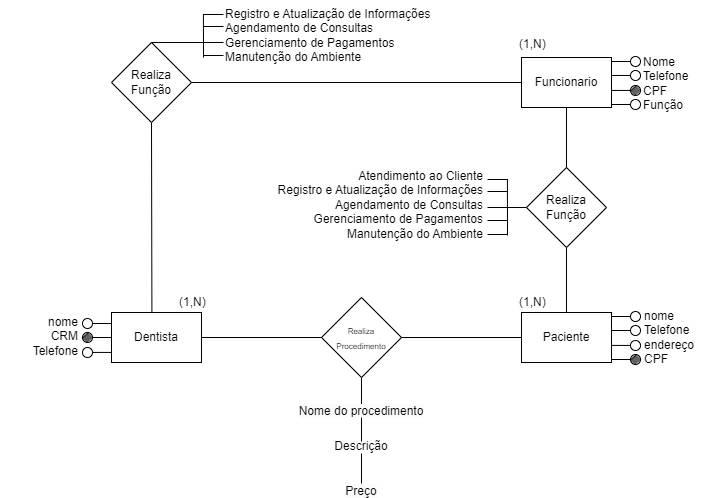
Earlier version of the draw.io export ClinicaOdontologica.png (O-Gui/ModelagemDeDados). Source tidied: cells renumbered, new cells last; positions are measured from the earlier drawing's top-left corner, leaving out a move shared by most shapes.
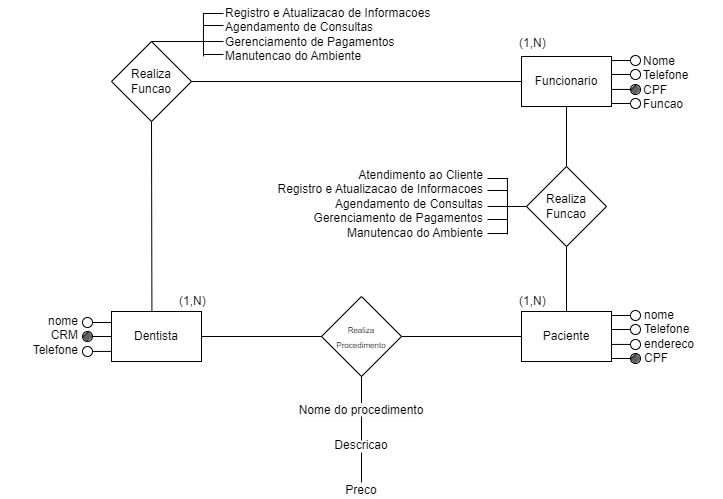
Later version of the same file.

The edit, as a diff of the source:
```diff
@@ -24,10 +24,10 @@
     <mxCell id="7" value="Funcionario" style="rounded=0;whiteSpace=wrap;html=1;" parent="1" vertex="1">
       <mxGeometry x="521" y="57" width="90" height="50" as="geometry" />
     </mxCell>
-    <mxCell id="8" value="Realiza&lt;br&gt;Função" style="rhombus;whiteSpace=wrap;html=1;" parent="1" vertex="1">
+    <mxCell id="8" value="Realiza&lt;br&gt;Funcao" style="rhombus;whiteSpace=wrap;html=1;" parent="1" vertex="1">
       <mxGeometry x="526" y="167" width="80" height="80" as="geometry" />
     </mxCell>
-    <mxCell id="9" value="Realiza&lt;br&gt;Função" style="rhombus;whiteSpace=wrap;html=1;" parent="1" vertex="1">
+    <mxCell id="9" value="Realiza&lt;br&gt;Funcao" style="rhombus;whiteSpace=wrap;html=1;" parent="1" vertex="1">
       <mxGeometry x="111" y="42" width="80" height="80" as="geometry" />
     </mxCell>
     <mxCell id="10" style="endArrow=none;html=1;rounded=0;exitX=0.5;exitY=1;exitDx=0;exitDy=0;entryX=0.449;entryY=0.007;entryDx=0;entryDy=0;entryPerimeter=0;" parent="1" edge="1" source="9" target="4">
@@ -42,7 +42,7 @@
     <mxCell id="13" style="endArrow=none;html=1;rounded=0;exitX=1;exitY=0.5;exitDx=0;exitDy=0;" parent="1" edge="1" source="9" target="7">
       <mxGeometry relative="1" as="geometry" />
     </mxCell>
-    <mxCell id="14" value="Nome&#10;Telefone&#10;CPF&#10;Função" style="text;whiteSpace=wrap;" parent="1" vertex="1">
+    <mxCell id="14" value="Nome&#10;Telefone&#10;CPF&#10;Funcao" style="text;whiteSpace=wrap;" parent="1" vertex="1">
       <mxGeometry x="641" y="48" width="80" height="80" as="geometry" />
     </mxCell>
     <mxCell id="15" style="ellipse;whiteSpace=wrap;html=1;" parent="1" vertex="1">
@@ -113,7 +113,7 @@
         <mxPoint x="630" y="316" as="targetPoint" />
       </mxGeometry>
     </mxCell>
-    <mxCell id="31" value="nome&#10;Telefone&#10;endereço&#10;CPF" style="text;whiteSpace=wrap;" parent="1" vertex="1">
+    <mxCell id="31" value="nome&#10;Telefone&#10;endereco&#10;CPF" style="text;whiteSpace=wrap;" parent="1" vertex="1">
       <mxGeometry x="642" y="302" width="80" height="80" as="geometry" />
     </mxCell>
     <mxCell id="32" style="ellipse;whiteSpace=wrap;html=1;" parent="1" vertex="1">
@@ -146,10 +146,10 @@
     <mxCell id="38" value="nome&#10;CRM&#10;Telefone" style="text;whiteSpace=wrap;align=right;" parent="1" vertex="1">
       <mxGeometry y="308" width="80" height="70" as="geometry" />
     </mxCell>
-    <mxCell id="39" value="Atendimento ao Cliente&#10;Registro e Atualização de Informações&#10;Agendamento de Consultas&#10;Gerenciamento de Pagamentos&#10;Manutenção do Ambiente" style="text;whiteSpace=wrap;align=right;" parent="1" vertex="1">
+    <mxCell id="39" value="Atendimento ao Cliente&#10;Registro e Atualizacao de Informacoes&#10;Agendamento de Consultas&#10;Gerenciamento de Pagamentos&#10;Manutencao do Ambiente" style="text;whiteSpace=wrap;align=right;" parent="1" vertex="1">
       <mxGeometry x="245" y="162" width="240" height="100" as="geometry" />
     </mxCell>
-    <mxCell id="40" value="Registro e Atualização de Informações&#10;Agendamento de Consultas&#10;Gerenciamento de Pagamentos&#10;Manutenção do Ambiente" style="text;whiteSpace=wrap;" parent="1" vertex="1">
+    <mxCell id="40" value="Registro e Atualizacao de Informacoes&#10;Agendamento de Consultas&#10;Gerenciamento de Pagamentos&#10;Manutencao do Ambiente" style="text;whiteSpace=wrap;" parent="1" vertex="1">
       <mxGeometry x="223" width="240" height="80" as="geometry" />
     </mxCell>
     <mxCell id="41" style="endArrow=none;html=1;rounded=0;entryX=0.5;entryY=1;entryDx=0;entryDy=0;" parent="1" edge="1" target="2">
@@ -160,10 +160,10 @@
     <mxCell id="42" value="&lt;span style=&quot;color: rgb(0, 0, 0); font-family: Helvetica; font-size: 12px; font-style: normal; font-variant-ligatures: normal; font-variant-caps: normal; font-weight: 400; letter-spacing: normal; orphans: 2; text-indent: 0px; text-transform: none; widows: 2; word-spacing: 0px; -webkit-text-stroke-width: 0px; white-space: normal; background-color: rgb(251, 251, 251); text-decoration-thickness: initial; text-decoration-style: initial; text-decoration-color: initial; float: none; display: inline !important;&quot;&gt;Nome do procedimento&lt;/span&gt;" style="text;whiteSpace=wrap;html=1;align=center;" parent="1" vertex="1">
       <mxGeometry x="281" y="397" width="160" height="10" as="geometry" />
     </mxCell>
-    <mxCell id="43" value="Descrição" style="text;whiteSpace=wrap;html=1;align=center;" parent="1" vertex="1">
+    <mxCell id="43" value="Descricao" style="text;whiteSpace=wrap;html=1;align=center;" parent="1" vertex="1">
       <mxGeometry x="281" y="432" width="160" height="10" as="geometry" />
     </mxCell>
-    <mxCell id="44" value="&lt;span style=&quot;color: rgb(0, 0, 0); font-family: Helvetica; font-size: 12px; font-style: normal; font-variant-ligatures: normal; font-variant-caps: normal; font-weight: 400; letter-spacing: normal; orphans: 2; text-indent: 0px; text-transform: none; widows: 2; word-spacing: 0px; -webkit-text-stroke-width: 0px; white-space: normal; background-color: rgb(251, 251, 251); text-decoration-thickness: initial; text-decoration-style: initial; text-decoration-color: initial; float: none; display: inline !important;&quot;&gt;Preço&lt;/span&gt;" style="text;whiteSpace=wrap;html=1;align=center;" parent="1" vertex="1">
+    <mxCell id="44" value="&lt;span style=&quot;color: rgb(0, 0, 0); font-family: Helvetica; font-size: 12px; font-style: normal; font-variant-ligatures: normal; font-variant-caps: normal; font-weight: 400; letter-spacing: normal; orphans: 2; text-indent: 0px; text-transform: none; widows: 2; word-spacing: 0px; -webkit-text-stroke-width: 0px; white-space: normal; background-color: rgb(251, 251, 251); text-decoration-thickness: initial; text-decoration-style: initial; text-decoration-color: initial; float: none; display: inline !important;&quot;&gt;Preco&lt;/span&gt;" style="text;whiteSpace=wrap;html=1;align=center;" parent="1" vertex="1">
       <mxGeometry x="316" y="477" width="90" height="10" as="geometry" />
     </mxCell>
     <mxCell id="45" style="endArrow=none;html=1;rounded=0;" parent="1" edge="1">
```
